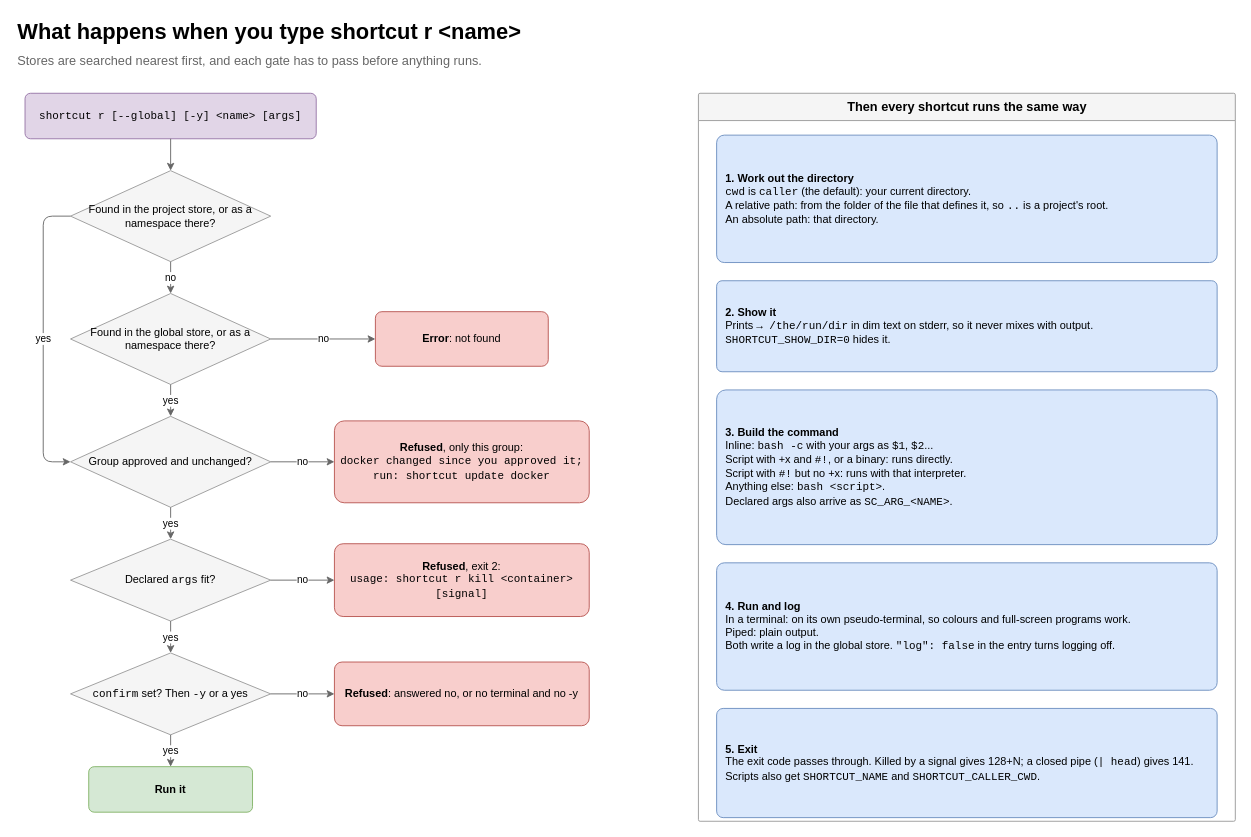
StanLukuvka/Shortcut keeps this draw.io diagram as page "2 How a name runs" (2 of 5) of docs/shortcut-overview.drawio. Above is the earlier version. Source tidied: cells renumbered, new cells numbered last; positions are measured from the earlier drawing's top-left corner, leaving out a move shared by most shapes. Both pictures are drawn from the tidied source at 91%, with x=0, y=0 at pixel (15, 15).
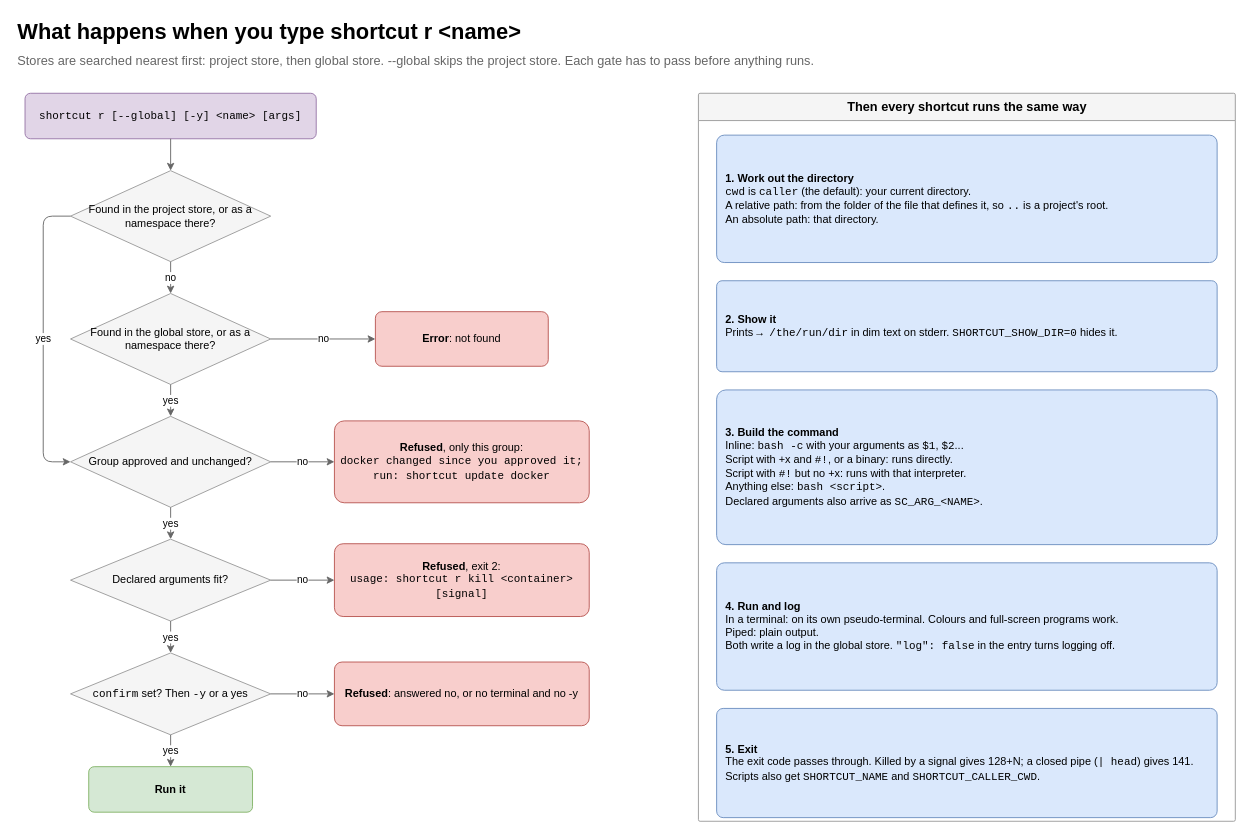
The same diagram, later.

Commit message (it also covers changes not shown here):
Rewrite the docs as plain reference

Unchanged cells that the change refers to:
```xml
<mxCell id="26" value="&lt;b&gt;Then every shortcut runs the same way&lt;/b&gt;" style="swimlane;startSize=30;html=1;rounded=1;arcSize=2;fontSize=14;fillColor=#f5f5f5;strokeColor=#999999;swimlaneFillColor=none;" parent="1" vertex="1">
  <mxGeometry x="750" y="85" width="590" height="800" as="geometry" />
</mxCell>
```

The edit, as a diff of the source:
```diff
@@
-    <mxCell id="3" value="Stores are searched nearest first, and each gate has to pass before anything runs." style="text;html=1;align=left;verticalAlign=middle;fontSize=14;fontColor=#666666;strokeColor=none;fillColor=none;whiteSpace=wrap;" parent="1" vertex="1">
+    <mxCell id="3" value="Stores are searched nearest first: project store, then global store. --global skips the project store. Each gate has to pass before anything runs." style="text;html=1;align=left;verticalAlign=middle;fontSize=14;fontColor=#666666;strokeColor=none;fillColor=none;whiteSpace=wrap;" parent="1" vertex="1">
       <mxGeometry y="36" width="1340" height="26" as="geometry" />
     </mxCell>
@@
-    <mxCell id="10" value="Declared &lt;font face=&quot;monospace&quot;&gt;args&lt;/font&gt; fit?" style="rhombus;whiteSpace=wrap;html=1;fillColor=#f5f5f5;strokeColor=#999999;fontSize=12;" parent="1" vertex="1">
+    <mxCell id="10" value="Declared arguments fit?" style="rhombus;whiteSpace=wrap;html=1;fillColor=#f5f5f5;strokeColor=#999999;fontSize=12;" parent="1" vertex="1">
       <mxGeometry x="60" y="575" width="220" height="90" as="geometry" />
     </mxCell>
@@
-    <mxCell id="28" value="&lt;b&gt;2. Show it&lt;/b&gt;&lt;br&gt;Prints &lt;font face=&quot;monospace&quot;&gt;→ /the/run/dir&lt;/font&gt; in dim text on stderr, so it never mixes with output. &lt;font face=&quot;monospace&quot;&gt;SHORTCUT_SHOW_DIR=0&lt;/font&gt; hides it." style="rounded=1;whiteSpace=wrap;html=1;arcSize=6;fillColor=#dae8fc;strokeColor=#6c8ebf;fontSize=12;align=left;verticalAlign=middle;spacing=10;" parent="26" vertex="1">
+    <mxCell id="28" value="&lt;b&gt;2. Show it&lt;/b&gt;&lt;br&gt;Prints &lt;font face=&quot;monospace&quot;&gt;→ /the/run/dir&lt;/font&gt; in dim text on stderr. &lt;font face=&quot;monospace&quot;&gt;SHORTCUT_SHOW_DIR=0&lt;/font&gt; hides it." style="rounded=1;whiteSpace=wrap;html=1;arcSize=6;fillColor=#dae8fc;strokeColor=#6c8ebf;fontSize=12;align=left;verticalAlign=middle;spacing=10;" parent="26" vertex="1">
       <mxGeometry x="20" y="206" width="550" height="100" as="geometry" />
     </mxCell>
-    <mxCell id="29" value="&lt;b&gt;3. Build the command&lt;/b&gt;&lt;br&gt;Inline: &lt;font face=&quot;monospace&quot;&gt;bash -c&lt;/font&gt; with your args as &lt;font face=&quot;monospace&quot;&gt;$1&lt;/font&gt;, &lt;font face=&quot;monospace&quot;&gt;$2&lt;/font&gt;...&lt;br&gt;Script with +x and &lt;font face=&quot;monospace&quot;&gt;#!&lt;/font&gt;, or a binary: runs directly.&lt;br&gt;Script with &lt;font face=&quot;monospace&quot;&gt;#!&lt;/font&gt; but no +x: runs with that interpreter.&lt;br&gt;Anything else: &lt;font face=&quot;monospace&quot;&gt;bash &amp;lt;script&amp;gt;&lt;/font&gt;.&lt;br&gt;Declared args also arrive as &lt;font face=&quot;monospace&quot;&gt;SC_ARG_&amp;lt;NAME&amp;gt;&lt;/font&gt;." style="rounded=1;whiteSpace=wrap;html=1;arcSize=6;fillColor=#dae8fc;strokeColor=#6c8ebf;fontSize=12;align=left;verticalAlign=middle;spacing=10;" parent="26" vertex="1">
+    <mxCell id="29" value="&lt;b&gt;3. Build the command&lt;/b&gt;&lt;br&gt;Inline: &lt;font face=&quot;monospace&quot;&gt;bash -c&lt;/font&gt; with your arguments as &lt;font face=&quot;monospace&quot;&gt;$1&lt;/font&gt;, &lt;font face=&quot;monospace&quot;&gt;$2&lt;/font&gt;...&lt;br&gt;Script with +x and &lt;font face=&quot;monospace&quot;&gt;#!&lt;/font&gt;, or a binary: runs directly.&lt;br&gt;Script with &lt;font face=&quot;monospace&quot;&gt;#!&lt;/font&gt; but no +x: runs with that interpreter.&lt;br&gt;Anything else: &lt;font face=&quot;monospace&quot;&gt;bash &amp;lt;script&amp;gt;&lt;/font&gt;.&lt;br&gt;Declared arguments also arrive as &lt;font face=&quot;monospace&quot;&gt;SC_ARG_&amp;lt;NAME&amp;gt;&lt;/font&gt;." style="rounded=1;whiteSpace=wrap;html=1;arcSize=6;fillColor=#dae8fc;strokeColor=#6c8ebf;fontSize=12;align=left;verticalAlign=middle;spacing=10;" parent="26" vertex="1">
       <mxGeometry x="20" y="326" width="550" height="170" as="geometry" />
     </mxCell>
-    <mxCell id="30" value="&lt;b&gt;4. Run and log&lt;/b&gt;&lt;br&gt;In a terminal: on its own pseudo-terminal, so colours and full-screen programs work.&lt;br&gt;Piped: plain output.&lt;br&gt;Both write a log in the global store. &lt;font face=&quot;monospace&quot;&gt;&amp;quot;log&amp;quot;: false&lt;/font&gt; in the entry turns logging off." style="rounded=1;whiteSpace=wrap;html=1;arcSize=6;fillColor=#dae8fc;strokeColor=#6c8ebf;fontSize=12;align=left;verticalAlign=middle;spacing=10;" parent="26" vertex="1">
+    <mxCell id="30" value="&lt;b&gt;4. Run and log&lt;/b&gt;&lt;br&gt;In a terminal: on its own pseudo-terminal. Colours and full-screen programs work.&lt;br&gt;Piped: plain output.&lt;br&gt;Both write a log in the global store. &lt;font face=&quot;monospace&quot;&gt;&amp;quot;log&amp;quot;: false&lt;/font&gt; in the entry turns logging off." style="rounded=1;whiteSpace=wrap;html=1;arcSize=6;fillColor=#dae8fc;strokeColor=#6c8ebf;fontSize=12;align=left;verticalAlign=middle;spacing=10;" parent="26" vertex="1">
       <mxGeometry x="20" y="516" width="550" height="140" as="geometry" />
     </mxCell>
```
